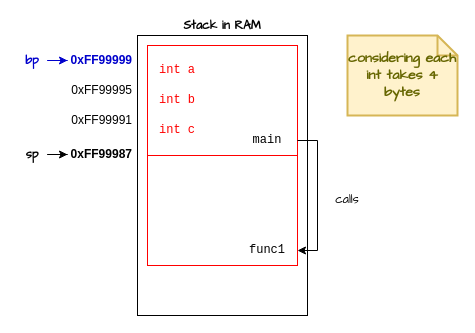
This is page "calling-fuctions-part2" (3 of 6) of operating-systems/images/the-stack.drawio from rochards/learning-cs, a draw.io file, before an edit. Source tidied: cells renumbered, new cells numbered last; positions are measured from the earlier drawing's top-left corner, leaving out a move shared by most shapes. Both pictures are drawn from the tidied source at 100%, with x=0, y=0 at pixel (17, 35).
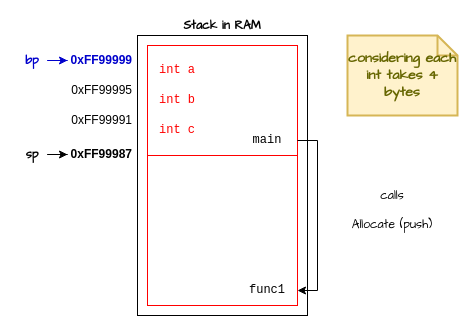
The same page after the edit.

Unchanged cells that the change refers to:
```xml
<mxCell id="9" value="main" style="text;html=1;align=center;verticalAlign=middle;whiteSpace=wrap;rounded=0;fontFamily=Courier New;fontColor=#000000;" parent="1" vertex="1">
  <mxGeometry x="220" y="90" width="60" height="30" as="geometry" />
</mxCell>
```

Diff of the diagram source:
```diff
@@
     <mxCell id="8" style="edgeStyle=orthogonalEdgeStyle;rounded=0;jettySize=auto;html=1;entryX=1;entryY=0.5;entryDx=0;entryDy=0;" parent="1" edge="1" source="9" target="11">
       <mxGeometry relative="1" as="geometry">
         <Array as="points">
           <mxPoint x="300" y="105" />
-          <mxPoint x="300" y="215" />
+          <mxPoint x="300" y="255" />
         </Array>
       </mxGeometry>
     </mxCell>
@@
     <mxCell id="10" style="rounded=0;whiteSpace=wrap;html=1;hachureGap=4;fontFamily=Architects Daughter;strokeColor=#FF0000;fontColor=#FF0000;labelPosition=center;verticalLabelPosition=bottom;align=center;verticalAlign=top;" parent="1" vertex="1">
-      <mxGeometry x="130" y="120" width="150" height="110" as="geometry" />
+      <mxGeometry x="130" y="120" width="150" height="150" as="geometry" />
     </mxCell>
     <mxCell id="11" value="func1" style="text;html=1;align=center;verticalAlign=middle;whiteSpace=wrap;rounded=0;fontFamily=Courier New;fontColor=#000000;" parent="1" vertex="1">
-      <mxGeometry x="220" y="200" width="60" height="30" as="geometry" />
+      <mxGeometry x="220" y="240" width="60" height="30" as="geometry" />
     </mxCell>
-    <mxCell id="12" value="calls" style="text;html=1;align=center;verticalAlign=middle;whiteSpace=wrap;rounded=0;fontFamily=Architects Daughter;" parent="1" vertex="1">
-      <mxGeometry x="300" y="150" width="60" height="30" as="geometry" />
+    <mxCell id="12" value="calls&lt;div&gt;&lt;br&gt;&lt;/div&gt;&lt;div&gt;Allocate (push)&lt;/div&gt;" style="text;html=1;align=center;verticalAlign=middle;whiteSpace=wrap;rounded=0;fontFamily=Architects Daughter;" parent="1" vertex="1">
+      <mxGeometry x="320" y="150" width="110" height="50" as="geometry" />
     </mxCell>
```
